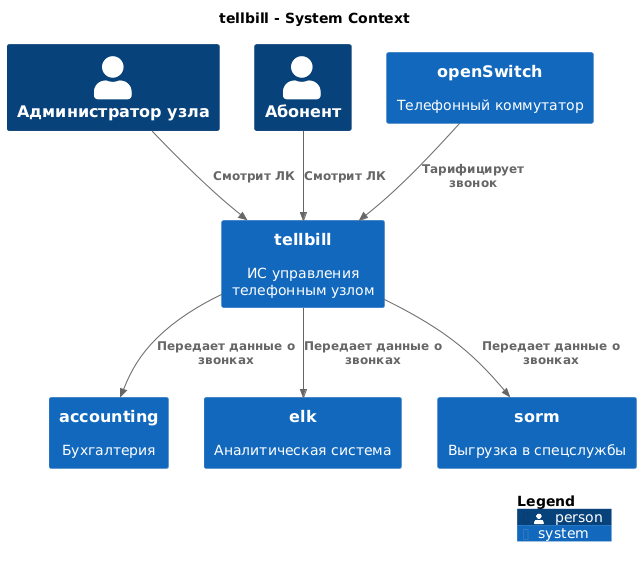
Earlier version of the PlantUML export docs/c4-dsl/plantuml/png/structurizr-tellbillServiceContext.png (lfuuu/Diplom). Source of this version:
```plantuml
@startuml
set separator none
title tellbill - System Context

top to bottom direction

!include <C4/C4>
!include <C4/C4_Context>

Person(Администраторузла, "Администратор узла", $descr="", $tags="", $link="")
Person(Абонент, "Абонент", $descr="", $tags="", $link="")
System(openSwitch, "openSwitch", $descr="Телефонный коммутатор", $tags="", $link="")
System(accounting, "accounting", $descr="Бухгалтерия", $tags="", $link="")
System(elk, "elk", $descr="Аналитическая система", $tags="", $link="")
System(sorm, "sorm", $descr="Выгрузка в спецслужбы", $tags="", $link="")
System(tellbill, "tellbill", $descr="ИС управления телефонным узлом", $tags="", $link="")

Rel(tellbill, elk, "Передает данные о звонках", $techn="", $tags="", $link="")
Rel(tellbill, sorm, "Передает данные о звонках", $techn="", $tags="", $link="")
Rel(tellbill, accounting, "Передает данные о звонках", $techn="", $tags="", $link="")
Rel(openSwitch, tellbill, "Тарифицирует звонок", $techn="", $tags="", $link="")
Rel(Абонент, tellbill, "Смотрит ЛК", $techn="", $tags="", $link="")
Rel(Администраторузла, tellbill, "Смотрит ЛК", $techn="", $tags="", $link="")

SHOW_LEGEND(true)
@enduml
```
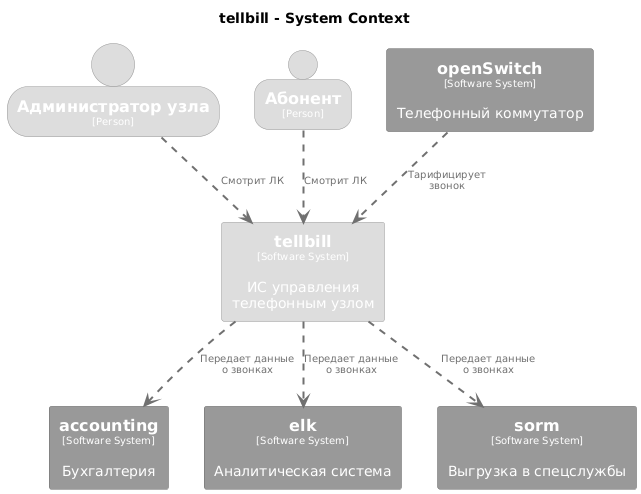
After the change.

What changed in the source:
```diff
@@ -4,23 +4,70 @@
 
 top to bottom direction
 
-!include <C4/C4>
-!include <C4/C4_Context>
+skinparam {
+  arrowFontSize 10
+  defaultTextAlignment center
+  wrapWidth 200
+  maxMessageSize 100
+}
 
-Person(Администраторузла, "Администратор узла", $descr="", $tags="", $link="")
-Person(Абонент, "Абонент", $descr="", $tags="", $link="")
-System(openSwitch, "openSwitch", $descr="Телефонный коммутатор", $tags="", $link="")
-System(accounting, "accounting", $descr="Бухгалтерия", $tags="", $link="")
-System(elk, "elk", $descr="Аналитическая система", $tags="", $link="")
-System(sorm, "sorm", $descr="Выгрузка в спецслужбы", $tags="", $link="")
-System(tellbill, "tellbill", $descr="ИС управления телефонным узлом", $tags="", $link="")
+hide stereotype
 
-Rel(tellbill, elk, "Передает данные о звонках", $techn="", $tags="", $link="")
-Rel(tellbill, sorm, "Передает данные о звонках", $techn="", $tags="", $link="")
-Rel(tellbill, accounting, "Передает данные о звонках", $techn="", $tags="", $link="")
-Rel(openSwitch, tellbill, "Тарифицирует звонок", $techn="", $tags="", $link="")
-Rel(Абонент, tellbill, "Смотрит ЛК", $techn="", $tags="", $link="")
-Rel(Администраторузла, tellbill, "Смотрит ЛК", $techn="", $tags="", $link="")
+skinparam rectangle<<accounting>> {
+  BackgroundColor #999999
+  FontColor #ffffff
+  BorderColor #6b6b6b
+  shadowing false
+}
+skinparam rectangle<<elk>> {
+  BackgroundColor #999999
+  FontColor #ffffff
+  BorderColor #6b6b6b
+  shadowing false
+}
+skinparam rectangle<<openSwitch>> {
+  BackgroundColor #999999
+  FontColor #ffffff
+  BorderColor #6b6b6b
+  shadowing false
+}
+skinparam rectangle<<sorm>> {
+  BackgroundColor #999999
+  FontColor #ffffff
+  BorderColor #6b6b6b
+  shadowing false
+}
+skinparam rectangle<<tellbill>> {
+  BackgroundColor #dddddd
+  FontColor #ffffff
+  BorderColor #9a9a9a
+  shadowing false
+}
+skinparam person<<Абонент>> {
+  BackgroundColor #dddddd
+  FontColor #ffffff
+  BorderColor #9a9a9a
+  shadowing false
+}
+skinparam person<<Администраторузла>> {
+  BackgroundColor #dddddd
+  FontColor #ffffff
+  BorderColor #9a9a9a
+  shadowing false
+}
 
-SHOW_LEGEND(true)
+person "==Администратор узла\n<size:10>[Person]</size>" <<Администраторузла>> as Администраторузла
+person "==Абонент\n<size:10>[Person]</size>" <<Абонент>> as Абонент
+rectangle "==openSwitch\n<size:10>[Software System]</size>\n\nТелефонный коммутатор" <<openSwitch>> as openSwitch
+rectangle "==accounting\n<size:10>[Software System]</size>\n\nБухгалтерия" <<accounting>> as accounting
+rectangle "==elk\n<size:10>[Software System]</size>\n\nАналитическая система" <<elk>> as elk
+rectangle "==sorm\n<size:10>[Software System]</size>\n\nВыгрузка в спецслужбы" <<sorm>> as sorm
+rectangle "==tellbill\n<size:10>[Software System]</size>\n\nИС управления телефонным узлом" <<tellbill>> as tellbill
+
+tellbill .[#707070,thickness=2].> elk : "<color:#707070>Передает данные о звонках"
+tellbill .[#707070,thickness=2].> sorm : "<color:#707070>Передает данные о звонках"
+tellbill .[#707070,thickness=2].> accounting : "<color:#707070>Передает данные о звонках"
+openSwitch .[#707070,thickness=2].> tellbill : "<color:#707070>Тарифицирует звонок"
+Абонент .[#707070,thickness=2].> tellbill : "<color:#707070>Смотрит ЛК"
+Администраторузла .[#707070,thickness=2].> tellbill : "<color:#707070>Смотрит ЛК"
 @enduml
```
